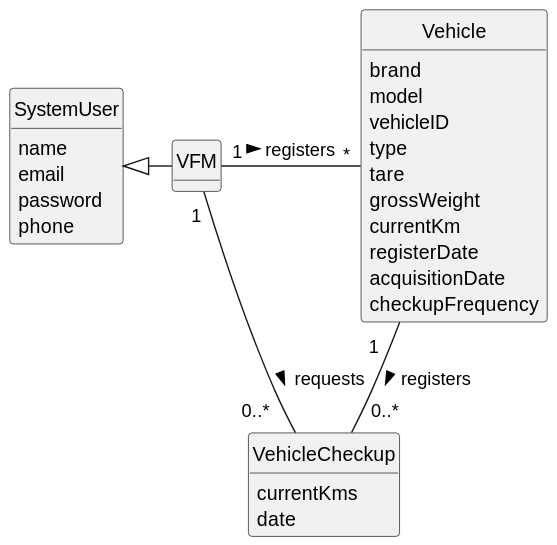
Earlier version of the PlantUML export docs/sprintB/us007/02.analysis/svg/us007-domain-model.svg (Departamento-de-Engenharia-Informatica/lei-24-s2-1do-g164). The source it was exported from:
```plantuml
@startuml
skinparam monochrome true
skinparam packageStyle rectangle
skinparam shadowing false



skinparam classAttributeIconSize 0

hide circle
hide methods


class SystemUser {
    name
    email
    password
    phone

}
class VFM {

}

class VehicleCheckup {
    currentKms
    date

}

class Vehicle {

        brand
        model
        vehicleID
        type
        tare
        grossWeight
        currentKm
        registerDate
        acquisitionDate
        checkupFrequency
}


VFM "1" - "*" Vehicle : registers >
Vehicle "1   " -- "0..*                        " VehicleCheckup : registers >
VFM "           1 " - "0..*   " VehicleCheckup : requests >
SystemUser <|- VFM
@enduml
```
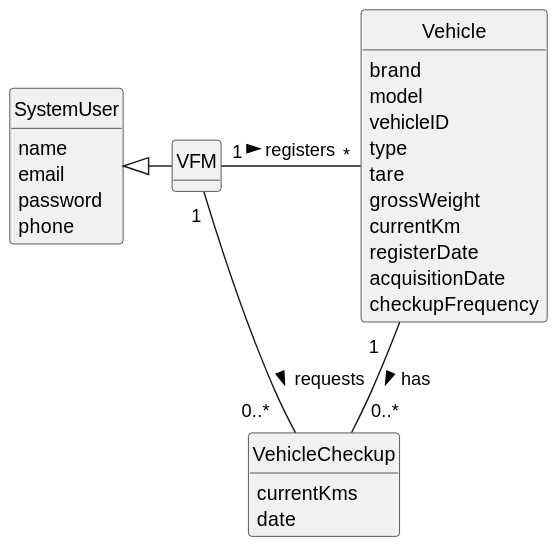
After the commit.

The edit, as a diff of the source:
```diff
@@ -44,7 +44,7 @@
 
 
 VFM "1" - "*" Vehicle : registers >
-Vehicle "1   " -- "0..*                        " VehicleCheckup : registers >
+Vehicle "1   " -- "0..*                        " VehicleCheckup : has >
 VFM "           1 " - "0..*   " VehicleCheckup : requests >
 SystemUser <|- VFM
 @enduml
```
